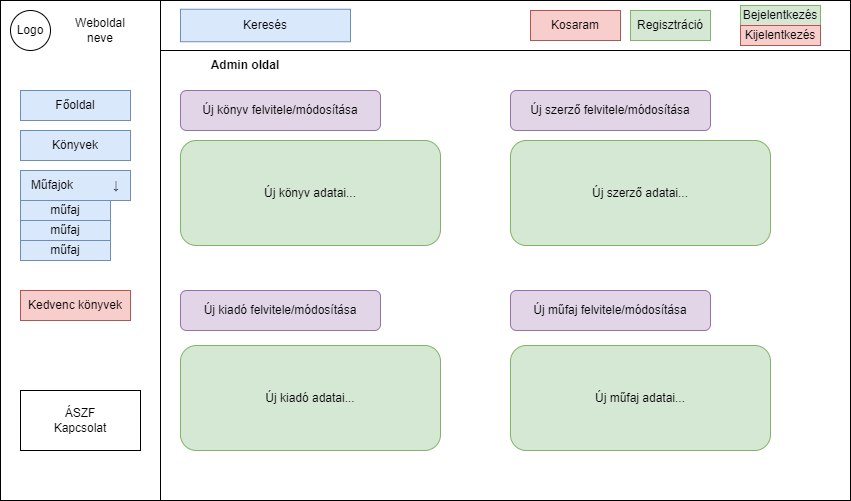
Earlier version of the draw.io export Dokumentacio/Menu es kepernyotervek/kepernyotervek/admin.png (keresztpapa/adatBalapu). Source tidied: cells renumbered, new cells last; positions are measured from the earlier drawing's top-left corner, leaving out a move shared by most shapes. The source it was exported from:
```xml
<mxGraphModel>
  <root>
    <mxCell id="0" />
    <mxCell id="1" parent="0" />
    <mxCell id="2" style="rounded=0;whiteSpace=wrap;html=1;" parent="1" vertex="1">
      <mxGeometry width="850" height="500" as="geometry" />
    </mxCell>
    <mxCell id="3" style="rounded=0;whiteSpace=wrap;html=1;" parent="1" vertex="1">
      <mxGeometry width="160" height="500" as="geometry" />
    </mxCell>
    <mxCell id="4" style="rounded=0;whiteSpace=wrap;html=1;" parent="1" vertex="1">
      <mxGeometry x="160" width="690" height="50" as="geometry" />
    </mxCell>
    <mxCell id="5" value="Logo" style="ellipse;whiteSpace=wrap;html=1;" parent="1" vertex="1">
      <mxGeometry x="10" y="10" width="40" height="40" as="geometry" />
    </mxCell>
    <mxCell id="6" value="Weboldal neve" style="text;html=1;strokeColor=none;fillColor=none;align=center;verticalAlign=middle;whiteSpace=wrap;rounded=0;" parent="1" vertex="1">
      <mxGeometry x="60" y="15" width="80" height="30" as="geometry" />
    </mxCell>
    <mxCell id="7" value="Főoldal" style="text;html=1;strokeColor=#6c8ebf;fillColor=#dae8fc;align=center;verticalAlign=middle;whiteSpace=wrap;rounded=0;" parent="1" vertex="1">
      <mxGeometry x="20" y="90" width="110" height="30" as="geometry" />
    </mxCell>
    <mxCell id="8" value="Könyvek" style="text;html=1;strokeColor=#6c8ebf;fillColor=#dae8fc;align=center;verticalAlign=middle;whiteSpace=wrap;rounded=0;" parent="1" vertex="1">
      <mxGeometry x="20" y="130" width="110" height="30" as="geometry" />
    </mxCell>
    <mxCell id="9" value="Műfajok&amp;nbsp; &amp;nbsp; &amp;nbsp; &amp;nbsp; &amp;nbsp; &amp;nbsp;&amp;nbsp;↓" style="text;html=1;strokeColor=#6c8ebf;fillColor=#dae8fc;align=center;verticalAlign=middle;whiteSpace=wrap;rounded=0;" parent="1" vertex="1">
      <mxGeometry x="20" y="170" width="110" height="30" as="geometry" />
    </mxCell>
    <mxCell id="10" value="Kedvenc könyvek" style="rounded=0;whiteSpace=wrap;html=1;fillColor=#f8cecc;strokeColor=#b85450;" parent="1" vertex="1">
      <mxGeometry x="20" y="290" width="110" height="30" as="geometry" />
    </mxCell>
    <mxCell id="11" value="Regisztráció" style="text;html=1;strokeColor=#82b366;fillColor=#d5e8d4;align=center;verticalAlign=middle;whiteSpace=wrap;rounded=0;" parent="1" vertex="1">
      <mxGeometry x="630" y="10" width="80" height="30" as="geometry" />
    </mxCell>
    <mxCell id="12" value="Bejelentkezés" style="text;html=1;strokeColor=#82b366;fillColor=#d5e8d4;align=center;verticalAlign=middle;whiteSpace=wrap;rounded=0;" parent="1" vertex="1">
      <mxGeometry x="740" y="5" width="80" height="20" as="geometry" />
    </mxCell>
    <mxCell id="13" value="Kijelentkezés" style="text;html=1;strokeColor=#b85450;fillColor=#f8cecc;align=center;verticalAlign=middle;whiteSpace=wrap;rounded=0;" parent="1" vertex="1">
      <mxGeometry x="740" y="25" width="80" height="20" as="geometry" />
    </mxCell>
    <mxCell id="14" value="ÁSZF&lt;br&gt;Kapcsolat" style="rounded=0;whiteSpace=wrap;html=1;" parent="1" vertex="1">
      <mxGeometry x="20" y="390" width="120" height="60" as="geometry" />
    </mxCell>
    <mxCell id="15" value="Keresés" style="rounded=0;whiteSpace=wrap;html=1;fillColor=#dae8fc;strokeColor=#6c8ebf;" parent="1" vertex="1">
      <mxGeometry x="180" y="8.8" width="170" height="32.5" as="geometry" />
    </mxCell>
    <mxCell id="16" value="Kosaram" style="rounded=0;whiteSpace=wrap;html=1;fillColor=#f8cecc;strokeColor=#b85450;" parent="1" vertex="1">
      <mxGeometry x="530" y="10" width="90" height="30" as="geometry" />
    </mxCell>
    <mxCell id="17" value="műfaj" style="rounded=0;whiteSpace=wrap;html=1;fillColor=#dae8fc;strokeColor=#6c8ebf;" parent="1" vertex="1">
      <mxGeometry x="20" y="200" width="90" height="20" as="geometry" />
    </mxCell>
    <mxCell id="18" value="műfaj" style="rounded=0;whiteSpace=wrap;html=1;fillColor=#dae8fc;strokeColor=#6c8ebf;" parent="1" vertex="1">
      <mxGeometry x="20" y="220" width="90" height="20" as="geometry" />
    </mxCell>
    <mxCell id="19" value="műfaj" style="rounded=0;whiteSpace=wrap;html=1;fillColor=#dae8fc;strokeColor=#6c8ebf;" parent="1" vertex="1">
      <mxGeometry x="20" y="240" width="90" height="20" as="geometry" />
    </mxCell>
    <mxCell id="20" value="Új könyv felvitele/módosítása" style="rounded=1;whiteSpace=wrap;html=1;fillColor=#e1d5e7;strokeColor=#9673a6;" parent="1" vertex="1">
      <mxGeometry x="180" y="90" width="200" height="40" as="geometry" />
    </mxCell>
    <mxCell id="21" value="Új kiadó felvitele/módosítása" style="rounded=1;whiteSpace=wrap;html=1;fillColor=#e1d5e7;strokeColor=#9673a6;" parent="1" vertex="1">
      <mxGeometry x="180" y="290" width="200" height="40" as="geometry" />
    </mxCell>
    <mxCell id="22" value="Új kiadó adatai..." style="rounded=1;whiteSpace=wrap;html=1;fillColor=#d5e8d4;strokeColor=#82b366;" parent="1" vertex="1">
      <mxGeometry x="180" y="345" width="260" height="105" as="geometry" />
    </mxCell>
    <mxCell id="23" value="Új könyv adatai..." style="rounded=1;whiteSpace=wrap;html=1;fillColor=#d5e8d4;strokeColor=#82b366;" parent="1" vertex="1">
      <mxGeometry x="180" y="140" width="260" height="105" as="geometry" />
    </mxCell>
    <mxCell id="24" value="Új szerző felvitele/módosítása" style="rounded=1;whiteSpace=wrap;html=1;fillColor=#e1d5e7;strokeColor=#9673a6;" parent="1" vertex="1">
      <mxGeometry x="510" y="90" width="200" height="40" as="geometry" />
    </mxCell>
    <mxCell id="25" value="Új szerző adatai..." style="rounded=1;whiteSpace=wrap;html=1;fillColor=#d5e8d4;strokeColor=#82b366;" parent="1" vertex="1">
      <mxGeometry x="510" y="140" width="260" height="105" as="geometry" />
    </mxCell>
    <mxCell id="26" value="Új műfaj felvitele/módosítása" style="rounded=1;whiteSpace=wrap;html=1;fillColor=#e1d5e7;strokeColor=#9673a6;" parent="1" vertex="1">
      <mxGeometry x="510" y="290" width="200" height="40" as="geometry" />
    </mxCell>
    <mxCell id="27" value="Új műfaj adatai..." style="rounded=1;whiteSpace=wrap;html=1;fillColor=#d5e8d4;strokeColor=#82b366;" parent="1" vertex="1">
      <mxGeometry x="510" y="345" width="260" height="105" as="geometry" />
    </mxCell>
    <mxCell id="28" value="Admin oldal" style="text;html=1;strokeColor=none;fillColor=none;align=center;verticalAlign=middle;whiteSpace=wrap;rounded=0;fontStyle=1;" parent="1" vertex="1">
      <mxGeometry x="180" y="50" width="130" height="30" as="geometry" />
    </mxCell>
  </root>
</mxGraphModel>
```
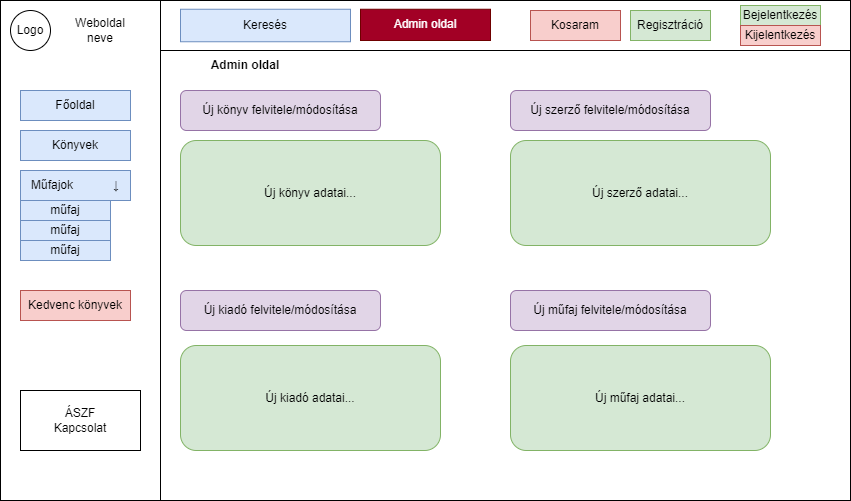
After the change.

Diff of the diagram source:
```diff
@@ -83,5 +83,8 @@
     <mxCell id="28" value="Admin oldal" style="text;html=1;strokeColor=none;fillColor=none;align=center;verticalAlign=middle;whiteSpace=wrap;rounded=0;fontStyle=1;" parent="1" vertex="1">
       <mxGeometry x="180" y="50" width="130" height="30" as="geometry" />
     </mxCell>
+    <mxCell id="29" value="Admin oldal" style="rounded=0;whiteSpace=wrap;html=1;fillColor=#a20025;fontColor=#ffffff;strokeColor=#6F0000;" parent="1" vertex="1">
+      <mxGeometry x="360" y="8.8" width="130" height="31.2" as="geometry" />
+    </mxCell>
   </root>
 </mxGraphModel>
```
